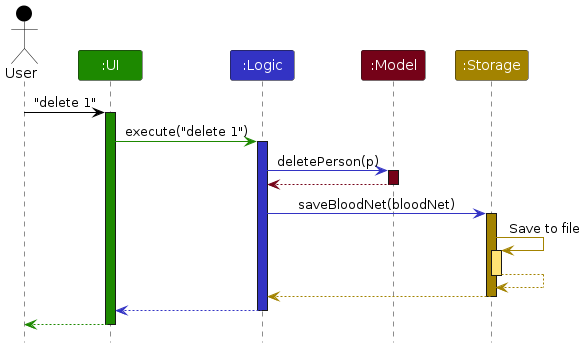
Above: diagrams/ArchitectureSequenceDiagram.png in AY2526S1-CS2103T-T16-4/tp (PlantUML), before the change. Its source is kept beside it as diagrams/ArchitectureSequenceDiagram.puml. The source it was exported from:
```plantuml
@startuml
!include style.puml
skinparam ArrowFontStyle plain

Actor User as user USER_COLOR
Participant ":UI" as ui UI_COLOR
Participant ":Logic" as logic LOGIC_COLOR
Participant ":Model" as model MODEL_COLOR
Participant ":Storage" as storage STORAGE_COLOR

user -[USER_COLOR]> ui : "delete 1"
activate ui UI_COLOR

ui -[UI_COLOR]> logic : execute("delete 1")
activate logic LOGIC_COLOR

logic -[LOGIC_COLOR]> model : deletePerson(p)
activate model MODEL_COLOR

model -[MODEL_COLOR]-> logic
deactivate model

logic -[LOGIC_COLOR]> storage : saveBloodNet(bloodNet)
activate storage STORAGE_COLOR

storage -[STORAGE_COLOR]> storage : Save to file
activate storage STORAGE_COLOR_T1
storage --[STORAGE_COLOR]> storage
deactivate storage

storage --[STORAGE_COLOR]> logic
deactivate storage

logic --[LOGIC_COLOR]> ui
deactivate logic

ui--[UI_COLOR]> user
deactivate ui
@enduml
```
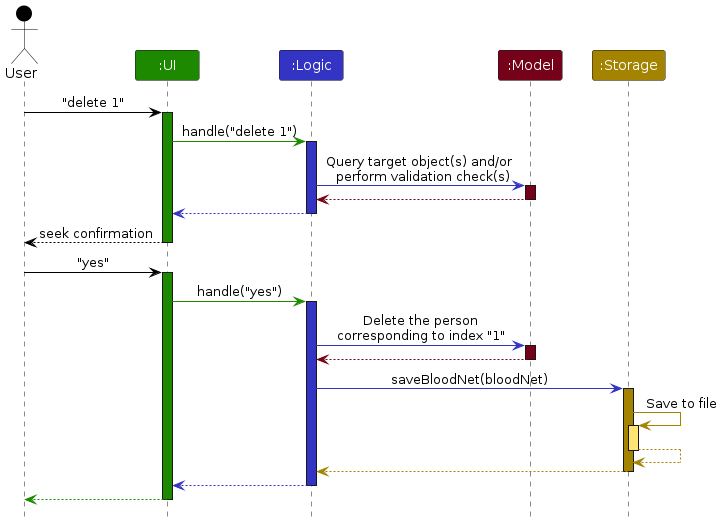
The same file after the commit.

The edit, as a diff of the source:
```diff
@@ -11,10 +11,27 @@
 user -[USER_COLOR]> ui : "delete 1"
 activate ui UI_COLOR
 
-ui -[UI_COLOR]> logic : execute("delete 1")
+ui -[UI_COLOR]> logic : handle("delete 1")
 activate logic LOGIC_COLOR
 
-logic -[LOGIC_COLOR]> model : deletePerson(p)
+logic -[LOGIC_COLOR]> model: Query target object(s) and/or \n perform validation check(s)
+activate model MODEL_COLOR
+model -[MODEL_COLOR]-> logic
+deactivate model
+
+logic -[LOGIC_COLOR]-> ui
+deactivate logic
+
+ui -[USER_COLOR]-> user : seek confirmation
+deactivate ui
+
+user -[USER_COLOR]> ui: "yes"
+activate ui UI_COLOR
+
+ui -[UI_COLOR]> logic : handle("yes")
+activate logic LOGIC_COLOR
+
+logic -[LOGIC_COLOR]> model : Delete the person\ncorresponding to index "1"
 activate model MODEL_COLOR
 
 model -[MODEL_COLOR]-> logic
```
